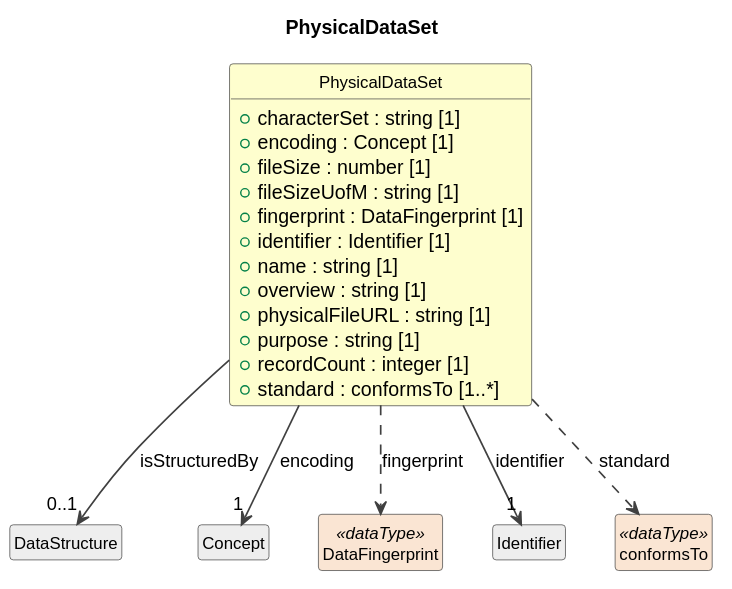
Cross-Domain-Interoperability-Framework/metadataBuildingBlocks keeps this PlantUML diagram as cdif-uml-model/_plantuml/cdifDataStructure/Classes/PhysicalDataSet.svg. Above is the earlier version. The source it was exported from:
```plantuml
@startuml
title PhysicalDataSet
hide circle
hide empty members
skinparam shadowing false
skinparam ArrowThickness 1.2
skinparam class {
  ArrowColor #404040
  BorderColor #404040
  FontSize 12
}

class "PhysicalDataSet" as PhysicalDataSet #FEFECE {
  +characterSet : string [1]
  +encoding : Concept [1]
  +fileSize : number [1]
  +fileSizeUofM : string [1]
  +fingerprint : DataFingerprint [1]
  +identifier : Identifier [1]
  +name : string [1]
  +overview : string [1]
  +physicalFileURL : string [1]
  +purpose : string [1]
  +recordCount : integer [1]
  +standard : conformsTo [1..*]
}
class "DataStructure" as DataStructure #EEEEEE
PhysicalDataSet --> "0..1" DataStructure : isStructuredBy
class "Concept" as Concept #EEEEEE
PhysicalDataSet --> "1" Concept : encoding
class "DataFingerprint" as DataFingerprint <<dataType>> #FAE5D3
PhysicalDataSet ..> DataFingerprint : fingerprint
class "Identifier" as Identifier #EEEEEE
PhysicalDataSet --> "1" Identifier : identifier
class "conformsTo" as conformsTo <<dataType>> #FAE5D3
PhysicalDataSet ..> conformsTo : standard
@enduml
```
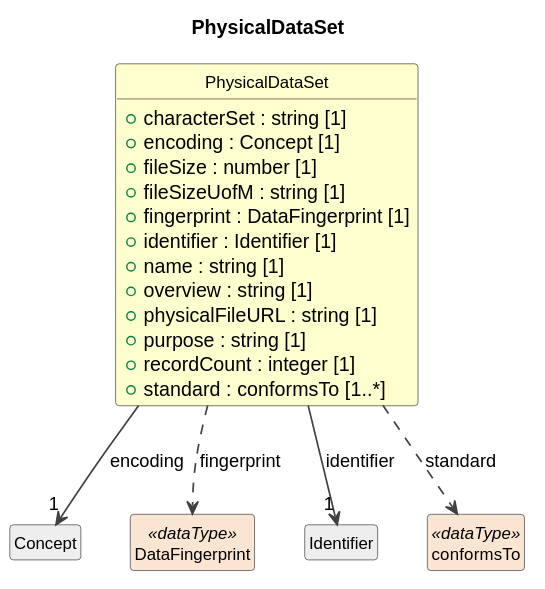
After the change.

Diff of the diagram source:
```diff
@@ -24,8 +24,6 @@
   +recordCount : integer [1]
   +standard : conformsTo [1..*]
 }
-class "DataStructure" as DataStructure #EEEEEE
-PhysicalDataSet --> "0..1" DataStructure : isStructuredBy
 class "Concept" as Concept #EEEEEE
 PhysicalDataSet --> "1" Concept : encoding
 class "DataFingerprint" as DataFingerprint <<dataType>> #FAE5D3
```
